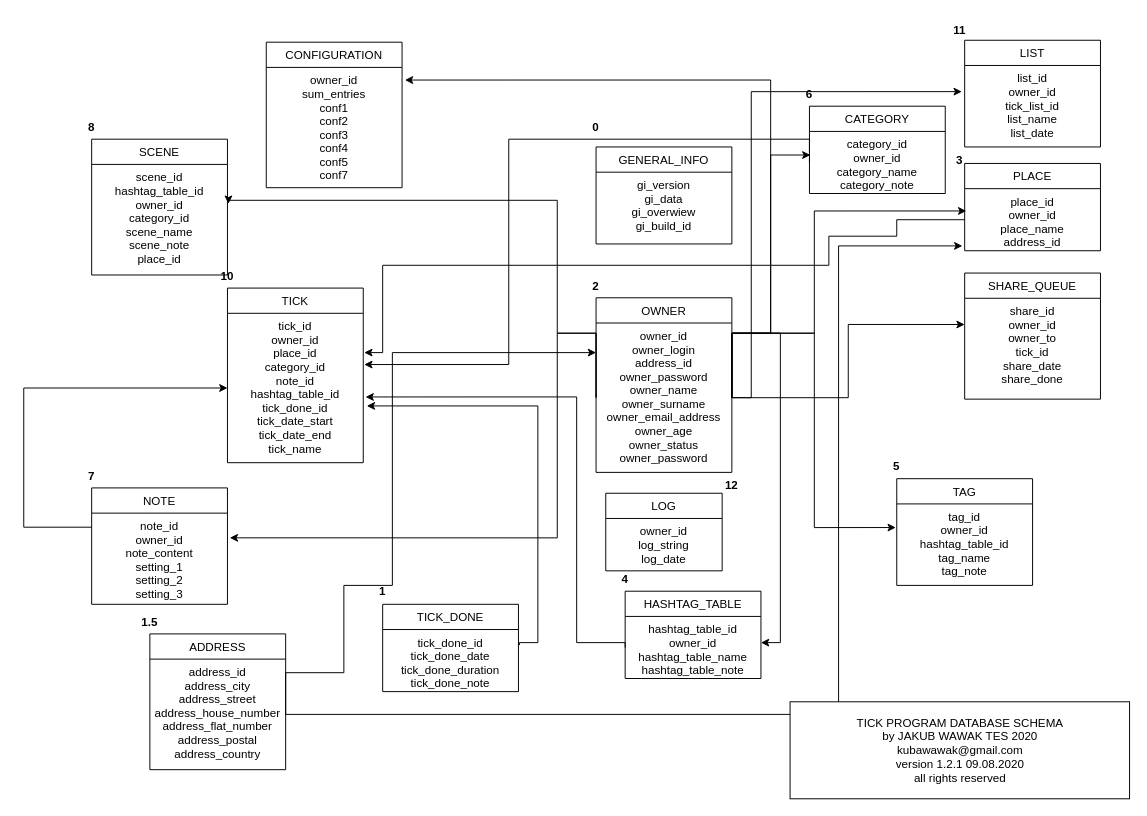
wjakew/Tick keeps this draw.io diagram as database_tick_schema.drawio. Above is the earlier version. Source tidied: cells renumbered, new cells numbered last; positions are measured from the earlier drawing's top-left corner, leaving out a move shared by most shapes. Both pictures are drawn from the tidied source at 97%, with x=0, y=0 at pixel (23, 16).
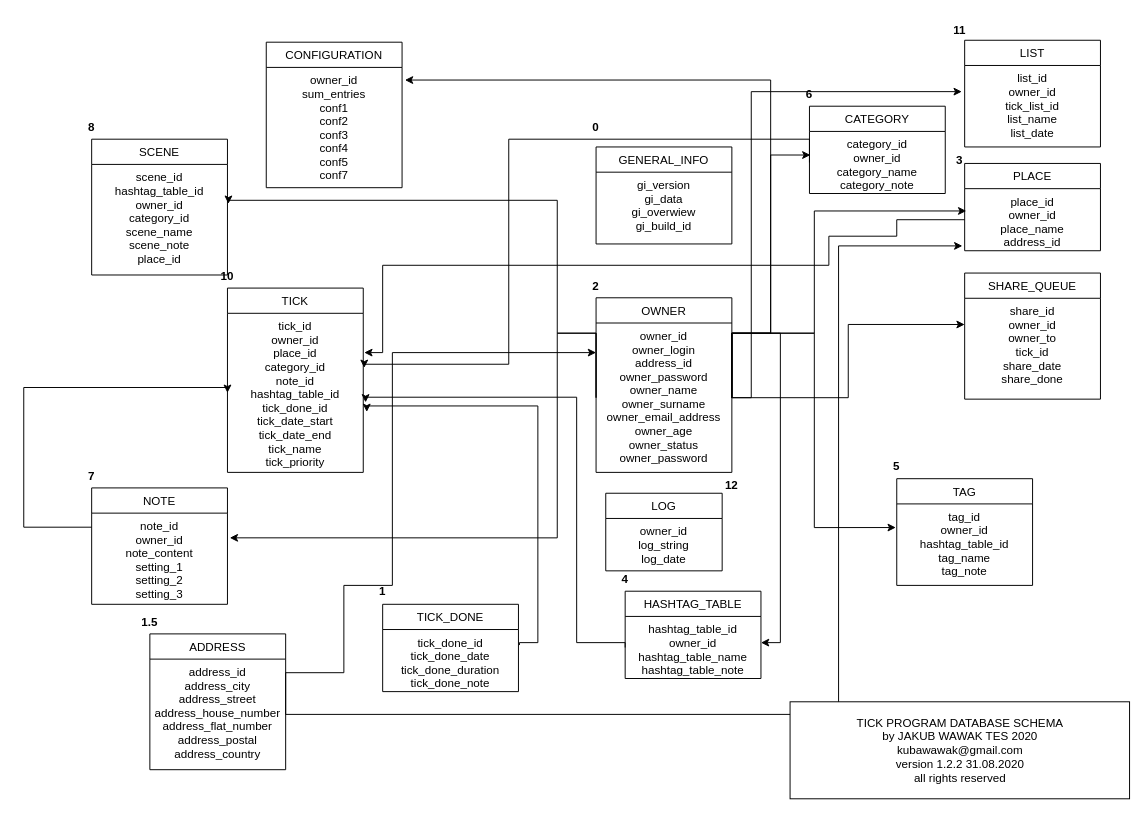
The same page after the edit.

The edit, as a diff of the source:
```diff
@@
     <mxCell id="33" value="TICK" style="swimlane;fontStyle=0;horizontal=1;startSize=26;fillColor=none;align=center;" parent="1" vertex="1">
-      <mxGeometry x="210" y="279.5" width="140" height="180" as="geometry" />
+      <mxGeometry x="210" y="279.5" width="140" height="190" as="geometry" />
     </mxCell>
-    <mxCell id="34" value="tick_id&#10;owner_id&#10;place_id&#10;category_id&#10;note_id&#10;hashtag_table_id&#10;tick_done_id&#10;tick_date_start&#10;tick_date_end&#10;tick_name&#10;" style="text;strokeColor=none;fillColor=none;align=center;verticalAlign=top;spacingLeft=4;spacingRight=4;overflow=hidden;points=[[0,0.5],[1,0.5]];portConstraint=eastwest;" parent="33" vertex="1">
-      <mxGeometry y="26" width="140" height="154" as="geometry" />
+    <mxCell id="34" value="tick_id&#10;owner_id&#10;place_id&#10;category_id&#10;note_id&#10;hashtag_table_id&#10;tick_done_id&#10;tick_date_start&#10;tick_date_end&#10;tick_name&#10;tick_priority&#10;&#10;" style="text;strokeColor=none;fillColor=none;align=center;verticalAlign=top;spacingLeft=4;spacingRight=4;overflow=hidden;points=[[0,0.5],[1,0.5]];portConstraint=eastwest;" parent="33" vertex="1">
+      <mxGeometry y="26" width="140" height="164" as="geometry" />
     </mxCell>
@@
-    <mxCell id="47" value="TICK PROGRAM DATABASE SCHEMA&lt;br&gt;by JAKUB WAWAK TES 2020&lt;br&gt;kubawawak@gmail.com&lt;br&gt;version 1.2.1 09.08.2020&lt;br&gt;all rights reserved" style="html=1;align=center;" parent="1" vertex="1">
+    <mxCell id="47" value="TICK PROGRAM DATABASE SCHEMA&lt;br&gt;by JAKUB WAWAK TES 2020&lt;br&gt;kubawawak@gmail.com&lt;br&gt;version 1.2.2 31.08.2020&lt;br&gt;all rights reserved" style="html=1;align=center;" parent="1" vertex="1">
       <mxGeometry x="790" y="706" width="350" height="100" as="geometry" />
     </mxCell>
```
